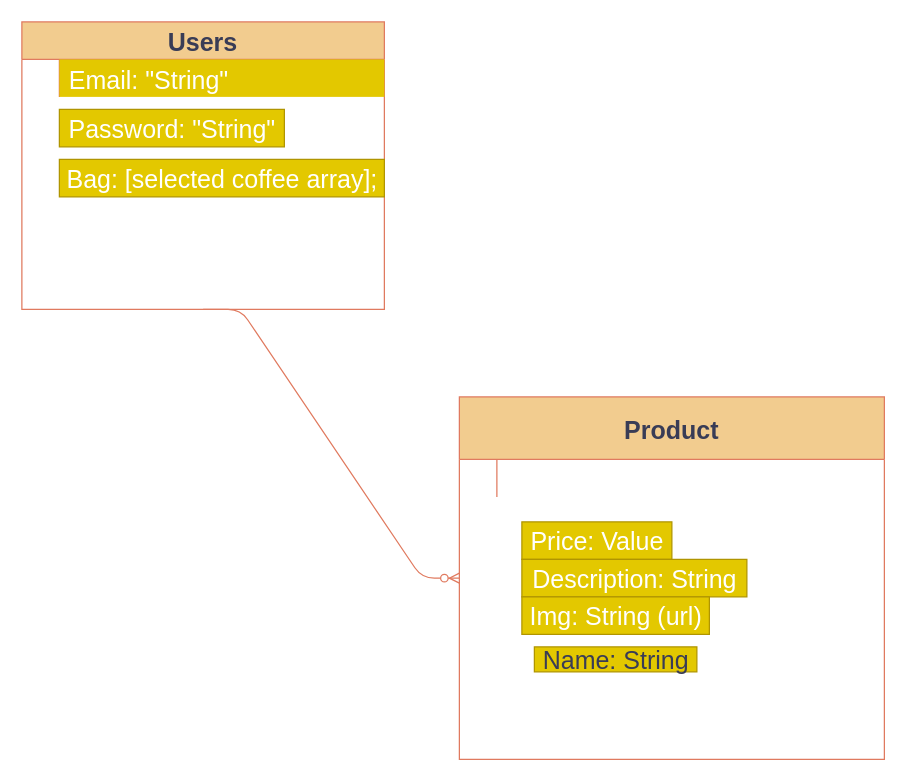
Earlier version of the draw.io diagram ERD.drawio (joshdaos/GitSumCoffee). Source tidied: cells renumbered, new cells numbered last; positions are measured from the earlier drawing's top-left corner, leaving out a move shared by most shapes. Both pictures are drawn from the tidied source at 125%, with x=0, y=0 at pixel (21, 21).
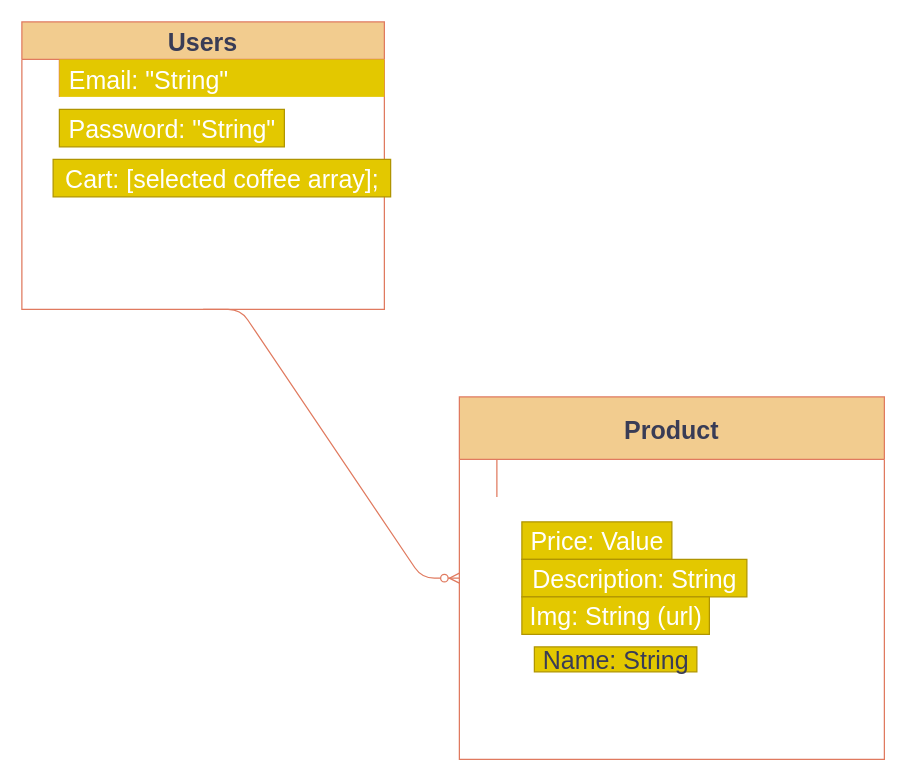
The same page after the edit.

The edit, as a diff of the source:
```diff
@@
 <mxGraphModel>
   <root>
     <mxCell id="0" />
     <mxCell id="1" parent="0" />
     <mxCell id="2" value="Product" style="shape=table;startSize=50;childLayout=tableLayout;rowLines=0;fontStyle=1;align=center;fillColor=#F2CC8F;strokeColor=#E07A5F;fontColor=#393C56;fontSize=20;" parent="1" vertex="1">
       <mxGeometry x="350" y="300" width="340" height="290" as="geometry" />
     </mxCell>
     <mxCell id="3" style="shape=partialRectangle;fillColor=none;top=0;left=0;right=0;bottom=0;strokeColor=#E07A5F;fontColor=#393C56;" parent="2" vertex="1">
       <mxGeometry y="50" width="340" height="30" as="geometry" />
     </mxCell>
     <mxCell id="4" style="shape=partialRectangle;overflow=hidden;fillColor=none;top=0;left=0;bottom=0;right=0;strokeColor=#E07A5F;fontColor=#393C56;" parent="3" vertex="1">
       <mxGeometry width="30" height="30" as="geometry" />
     </mxCell>
     <mxCell id="5" style="shape=partialRectangle;overflow=hidden;fillColor=none;top=0;left=0;bottom=0;right=0;align=left;spacingLeft=6;strokeColor=#E07A5F;fontColor=#393C56;fontSize=20;" parent="3" vertex="1">
       <mxGeometry x="30" width="310" height="30" as="geometry" />
     </mxCell>
     <mxCell id="6" value="Users" style="shape=table;startSize=30;childLayout=tableLayout;rowLines=0;fontStyle=1;align=center;fillColor=#F2CC8F;strokeColor=#E07A5F;fontColor=#393C56;fontSize=20;" parent="1" vertex="1">
       <mxGeometry width="290" height="230" as="geometry" />
     </mxCell>
     <mxCell id="7" style="shape=partialRectangle;fillColor=none;top=0;left=0;right=0;bottom=0;strokeColor=#E07A5F;fontColor=#393C56;" parent="6" vertex="1">
       <mxGeometry y="30" width="290" height="30" as="geometry" />
     </mxCell>
     <mxCell id="8" style="shape=partialRectangle;overflow=hidden;fillColor=none;top=0;left=0;bottom=0;right=0;strokeColor=#E07A5F;fontColor=#393C56;" parent="7" vertex="1">
       <mxGeometry width="30" height="30" as="geometry" />
     </mxCell>
     <mxCell id="9" value="Email: &quot;String&quot;" style="shape=partialRectangle;overflow=hidden;fillColor=#e3c800;top=0;left=0;bottom=0;right=0;align=left;spacingLeft=6;strokeColor=#B09500;fontColor=#ffffff;fontSize=20;" parent="7" vertex="1">
       <mxGeometry x="30" width="260" height="30" as="geometry" />
     </mxCell>
     <mxCell id="10" value="Password: &quot;String&quot;" style="text;html=1;align=center;verticalAlign=middle;strokeColor=#B09500;fontSize=20;fontColor=#ffffff;fillColor=#e3c800;" parent="1" vertex="1">
       <mxGeometry x="30" y="70" width="180" height="30" as="geometry" />
     </mxCell>
-    <mxCell id="11" value="Bag: [selected coffee array];" style="text;html=1;align=center;verticalAlign=middle;strokeColor=#B09500;fontSize=20;fontColor=#ffffff;fillColor=#e3c800;" parent="1" vertex="1">
-      <mxGeometry x="30" y="110" width="260" height="30" as="geometry" />
+    <mxCell id="11" value="Cart: [selected coffee array];" style="text;html=1;align=center;verticalAlign=middle;strokeColor=#B09500;fontSize=20;fontColor=#ffffff;fillColor=#e3c800;" parent="1" vertex="1">
+      <mxGeometry x="25" y="110" width="270" height="30" as="geometry" />
     </mxCell>
     <mxCell id="12" value="Price: Value" style="text;html=1;align=center;verticalAlign=middle;strokeColor=#B09500;fontSize=20;fontColor=#ffffff;fillColor=#e3c800;" parent="1" vertex="1">
       <mxGeometry x="400" y="400" width="120" height="30" as="geometry" />
     </mxCell>
     <mxCell id="13" value="Description: String" style="text;html=1;align=center;verticalAlign=middle;strokeColor=#B09500;fontSize=20;fontColor=#ffffff;fillColor=#e3c800;" parent="1" vertex="1">
       <mxGeometry x="400" y="430" width="180" height="30" as="geometry" />
     </mxCell>
     <mxCell id="14" value="Img: String (url)" style="text;html=1;align=center;verticalAlign=middle;strokeColor=#B09500;fontSize=20;fontColor=#ffffff;fillColor=#e3c800;" parent="1" vertex="1">
       <mxGeometry x="400" y="460" width="150" height="30" as="geometry" />
     </mxCell>
     <mxCell id="15" style="edgeStyle=entityRelationEdgeStyle;fontSize=12;html=1;endArrow=ERzeroToMany;endFill=1;fontColor=#393C56;strokeColor=#E07A5F;fillColor=#F2CC8F;exitX=0.5;exitY=1;exitDx=0;exitDy=0;entryX=0;entryY=0.5;entryDx=0;entryDy=0;" parent="1" edge="1" source="6" target="2">
       <mxGeometry relative="1" as="geometry" />
     </mxCell>
     <mxCell id="16" value="&lt;span style=&quot;color: rgb(57 , 60 , 86) ; font-size: 20px ; text-align: left&quot;&gt;Name: String&lt;/span&gt;" style="text;html=1;align=center;verticalAlign=middle;fillColor=#e3c800;strokeColor=#B09500;fontColor=#ffffff;" parent="1" vertex="1">
       <mxGeometry x="410" y="500" width="130" height="20" as="geometry" />
     </mxCell>
   </root>
 </mxGraphModel>
```
